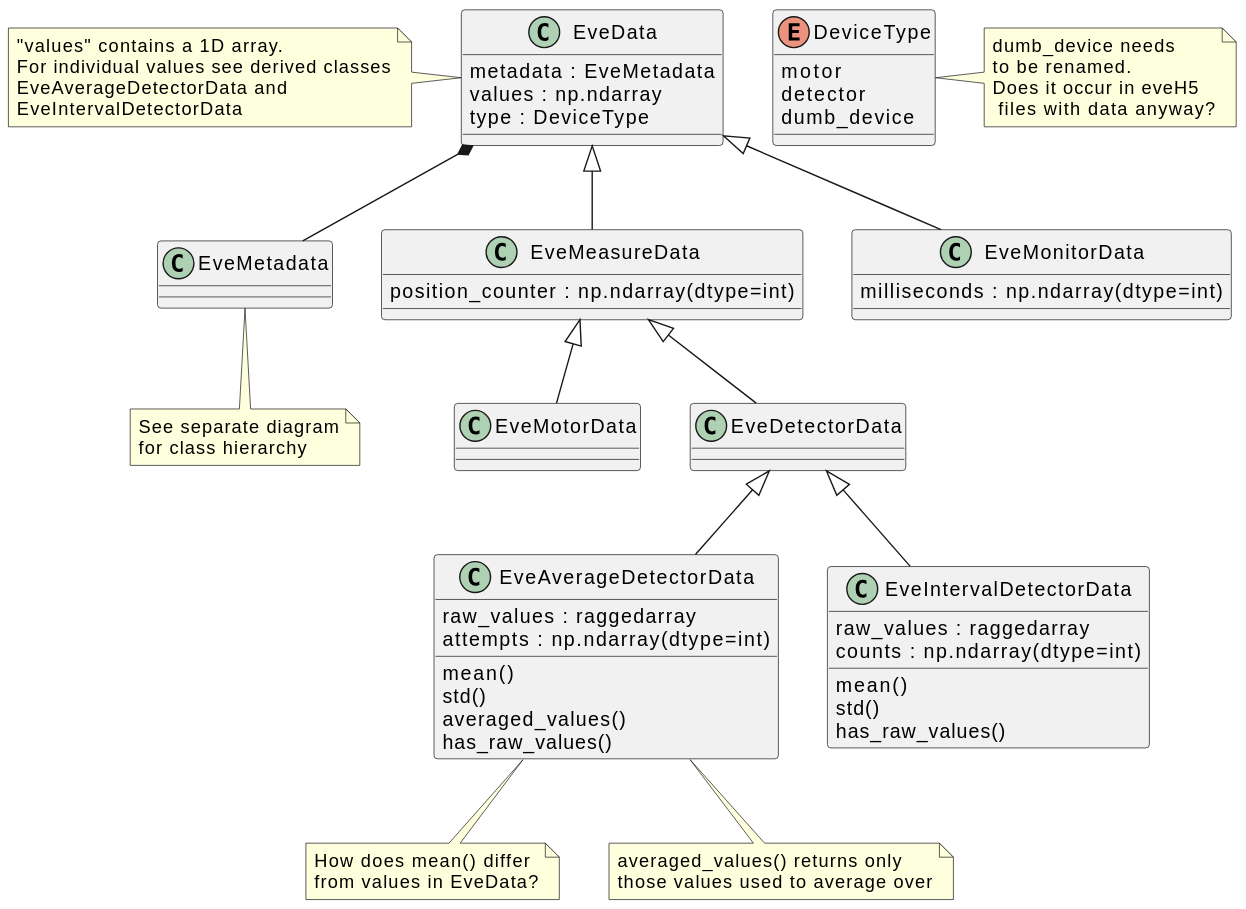
Before: docs/uml/evedata.evefile.evedata.svg, a diagram exported from PlantUML (tillbiskup/evedata).
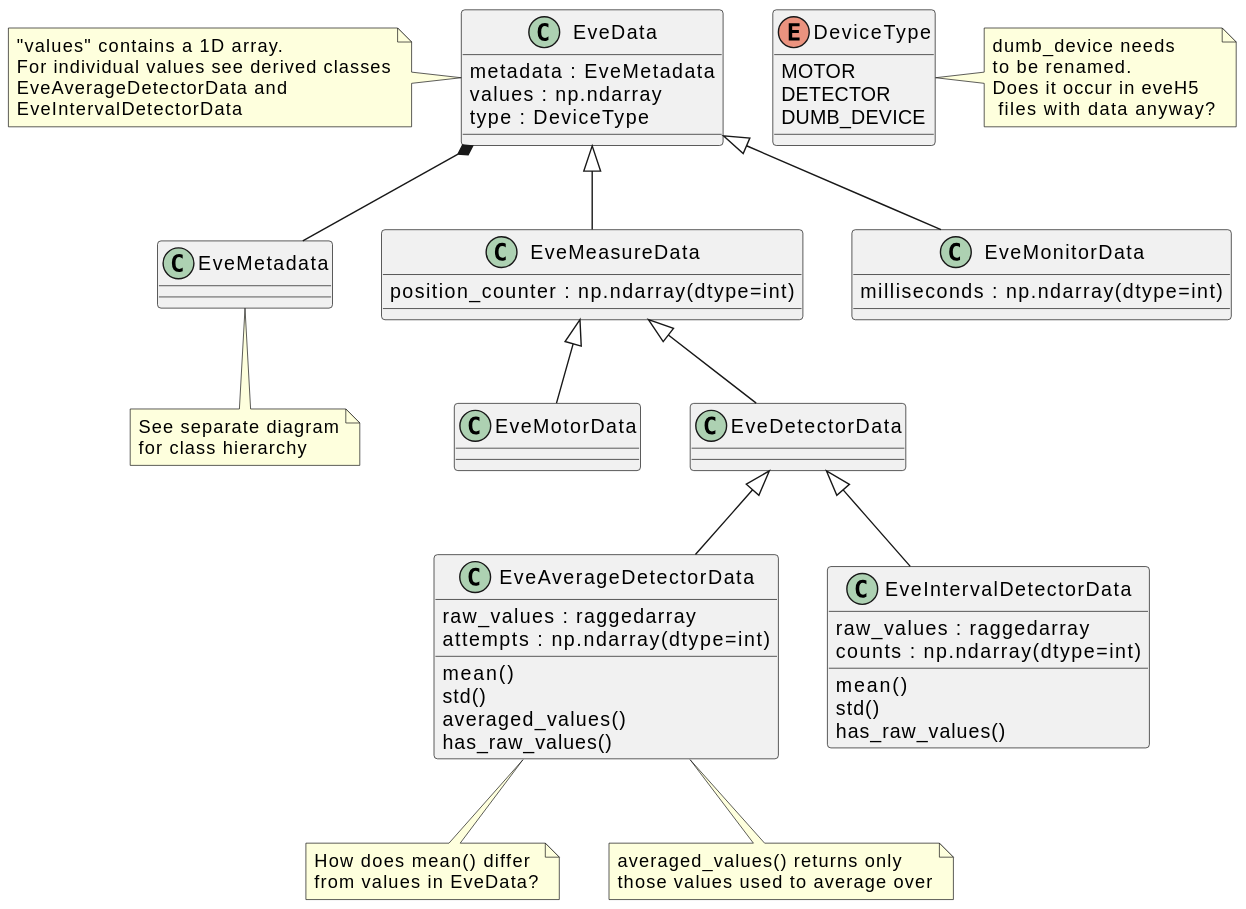
The same diagram one commit later.

Diff of the diagram source:
```diff
@@ -8,9 +8,9 @@
 note left: "values" contains a 1D array.\nFor individual values see derived classes\nEveAverageDetectorData and\nEveIntervalDetectorData
 
 enum DeviceType {
-    motor
-    detector
-    dumb_device
+    MOTOR
+    DETECTOR
+    DUMB_DEVICE
 }
 note right: dumb_device needs\nto be renamed.\nDoes it occur in eveH5\n files with data anyway?
 
```
